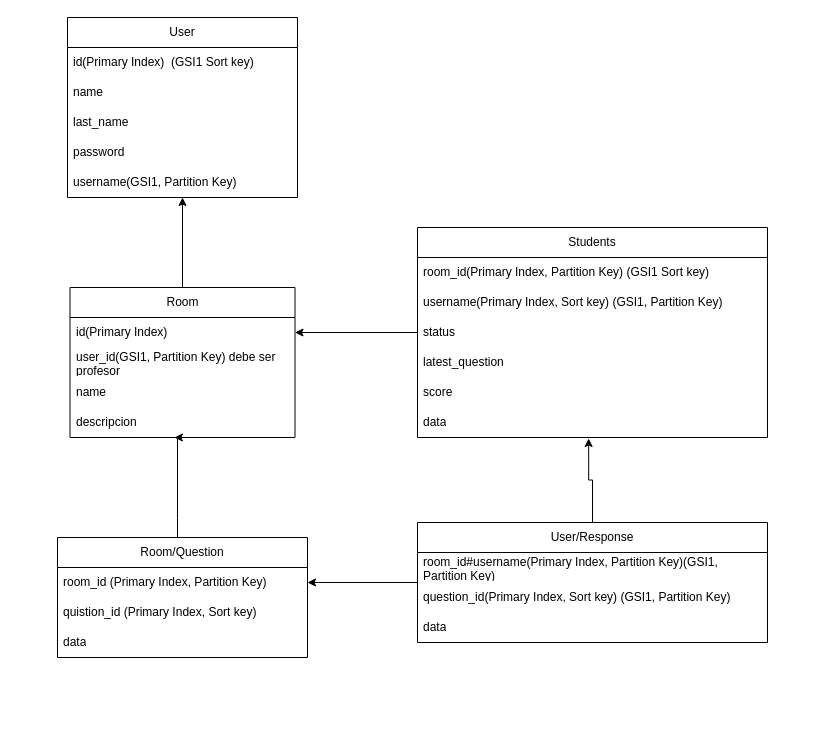
jhimyj/Aula360 keeps this draw.io diagram as page "Página-3" (4 of 5) of archivos_extras/ArquitecturaBack.drawio. Above is the earlier version. Source tidied: cells renumbered, new cells numbered last; positions are measured from the earlier drawing's top-left corner, leaving out a move shared by most shapes. Both pictures are drawn from the tidied source at 100%, with x=0, y=0 at pixel (57, 17).
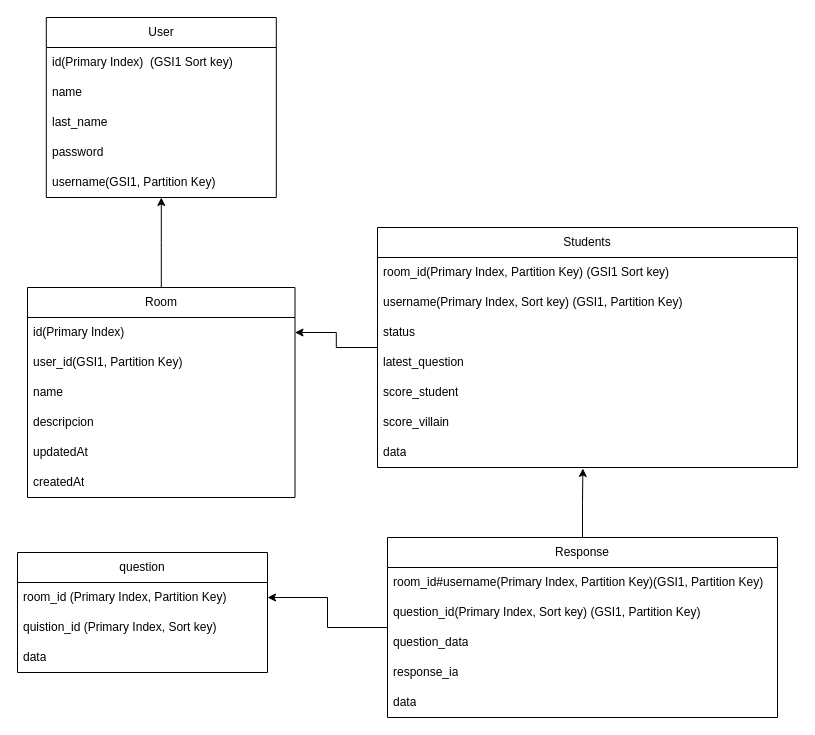
After the change.

Change to the diagram source:
```diff
@@
     <mxCell id="2" value="User" style="swimlane;fontStyle=0;horizontal=1;startSize=30;whiteSpace=wrap;html=1;" parent="1" vertex="1">
-      <mxGeometry x="10" width="230" height="180" as="geometry" />
+      <mxGeometry x="-11.2" width="230" height="180" as="geometry" />
     </mxCell>
@@
     <mxCell id="8" value="Room" style="swimlane;fontStyle=0;horizontal=1;startSize=30;whiteSpace=wrap;html=1;" parent="1" vertex="1">
-      <mxGeometry x="12.5" y="270" width="225" height="150" as="geometry" />
+      <mxGeometry x="-30" y="270" width="267.5" height="210" as="geometry" />
     </mxCell>
     <mxCell id="9" value="id(Primary Index)&amp;nbsp;" style="text;strokeColor=none;fillColor=none;align=left;verticalAlign=middle;spacingLeft=4;spacingRight=4;overflow=hidden;points=[[0,0.5],[1,0.5]];portConstraint=eastwest;whiteSpace=wrap;html=1;" parent="8" vertex="1">
-      <mxGeometry y="30" width="225" height="30" as="geometry" />
+      <mxGeometry y="30" width="267.5" height="30" as="geometry" />
     </mxCell>
-    <mxCell id="10" value="user_id(GSI1, Partition Key) debe ser profesor" style="text;strokeColor=none;fillColor=none;align=left;verticalAlign=middle;spacingLeft=4;spacingRight=4;overflow=hidden;whiteSpace=wrap;html=1;" parent="8" vertex="1">
-      <mxGeometry y="60" width="225" height="30" as="geometry" />
+    <mxCell id="10" value="user_id(GSI1, Partition Key)&amp;nbsp;" style="text;strokeColor=none;fillColor=none;align=left;verticalAlign=middle;spacingLeft=4;spacingRight=4;overflow=hidden;whiteSpace=wrap;html=1;" parent="8" vertex="1">
+      <mxGeometry y="60" width="267.5" height="30" as="geometry" />
     </mxCell>
     <mxCell id="11" value="name" style="text;strokeColor=none;fillColor=none;align=left;verticalAlign=middle;spacingLeft=4;spacingRight=4;overflow=hidden;whiteSpace=wrap;html=1;" parent="8" vertex="1">
-      <mxGeometry y="90" width="225" height="30" as="geometry" />
+      <mxGeometry y="90" width="267.5" height="30" as="geometry" />
     </mxCell>
     <mxCell id="12" value="descripcion" style="text;strokeColor=none;fillColor=none;align=left;verticalAlign=middle;spacingLeft=4;spacingRight=4;overflow=hidden;points=[[0,0.5],[1,0.5]];portConstraint=eastwest;whiteSpace=wrap;html=1;" parent="8" vertex="1">
-      <mxGeometry y="120" width="225" height="30" as="geometry" />
+      <mxGeometry y="120" width="267.5" height="30" as="geometry" />
     </mxCell>
+    <mxCell id="33" value="updatedAt" style="text;strokeColor=none;fillColor=none;align=left;verticalAlign=middle;spacingLeft=4;spacingRight=4;overflow=hidden;whiteSpace=wrap;html=1;" parent="8" vertex="1">
+      <mxGeometry y="150" width="267.5" height="30" as="geometry" />
+    </mxCell>
+    <mxCell id="34" value="createdAt" style="text;strokeColor=none;fillColor=none;align=left;verticalAlign=middle;spacingLeft=4;spacingRight=4;overflow=hidden;whiteSpace=wrap;html=1;" parent="8" vertex="1">
+      <mxGeometry y="180" width="267.5" height="30" as="geometry" />
+    </mxCell>
-    <mxCell id="13" value="Room/Question" style="swimlane;fontStyle=0;horizontal=1;startSize=30;whiteSpace=wrap;html=1;" parent="1" vertex="1">
-      <mxGeometry y="520" width="250" height="120" as="geometry" />
+    <mxCell id="13" value="question" style="swimlane;fontStyle=0;horizontal=1;startSize=30;whiteSpace=wrap;html=1;" parent="1" vertex="1">
+      <mxGeometry x="-40" y="535" width="250" height="120" as="geometry" />
     </mxCell>
@@
-    <mxCell id="18" value="User/Response" style="swimlane;fontStyle=0;horizontal=1;startSize=30;whiteSpace=wrap;html=1;" parent="1" vertex="1">
-      <mxGeometry x="360" y="505" width="350" height="120" as="geometry" />
+    <mxCell id="18" value="Response" style="swimlane;fontStyle=0;horizontal=1;startSize=30;whiteSpace=wrap;html=1;" parent="1" vertex="1">
+      <mxGeometry x="330" y="520" width="390" height="180" as="geometry" />
     </mxCell>
     <mxCell id="19" value="room_id#username(Primary Index, Partition Key)(GSI1, Partition Key)" style="text;strokeColor=none;fillColor=none;align=left;verticalAlign=middle;spacingLeft=4;spacingRight=4;overflow=hidden;whiteSpace=wrap;html=1;" parent="18" vertex="1">
-      <mxGeometry y="30" width="350" height="30" as="geometry" />
+      <mxGeometry y="30" width="390" height="30" as="geometry" />
     </mxCell>
     <mxCell id="20" value="question_id(Primary Index, Sort key) (GSI1, Partition Key)" style="text;strokeColor=none;fillColor=none;align=left;verticalAlign=middle;spacingLeft=4;spacingRight=4;overflow=hidden;whiteSpace=wrap;html=1;" parent="18" vertex="1">
-      <mxGeometry y="60" width="350" height="30" as="geometry" />
+      <mxGeometry y="60" width="390" height="30" as="geometry" />
     </mxCell>
-    <mxCell id="21" value="data" style="text;strokeColor=none;fillColor=none;align=left;verticalAlign=middle;spacingLeft=4;spacingRight=4;overflow=hidden;whiteSpace=wrap;html=1;" parent="18" vertex="1">
-      <mxGeometry y="90" width="350" height="30" as="geometry" />
+    <mxCell id="21" value="question_data" style="text;strokeColor=none;fillColor=none;align=left;verticalAlign=middle;spacingLeft=4;spacingRight=4;overflow=hidden;whiteSpace=wrap;html=1;" parent="18" vertex="1">
+      <mxGeometry y="90" width="390" height="30" as="geometry" />
     </mxCell>
+    <mxCell id="35" value="response_ia" style="text;strokeColor=none;fillColor=none;align=left;verticalAlign=middle;spacingLeft=4;spacingRight=4;overflow=hidden;whiteSpace=wrap;html=1;" parent="18" vertex="1">
+      <mxGeometry y="120" width="390" height="30" as="geometry" />
+    </mxCell>
+    <mxCell id="36" value="data" style="text;strokeColor=none;fillColor=none;align=left;verticalAlign=middle;spacingLeft=4;spacingRight=4;overflow=hidden;whiteSpace=wrap;html=1;" parent="18" vertex="1">
+      <mxGeometry y="150" width="390" height="30" as="geometry" />
+    </mxCell>
@@
     <mxCell id="24" value="Students" style="swimlane;fontStyle=0;horizontal=1;startSize=30;whiteSpace=wrap;html=1;" parent="1" vertex="1">
-      <mxGeometry x="360" y="210" width="350" height="210" as="geometry" />
+      <mxGeometry x="320" y="210" width="420" height="240" as="geometry" />
     </mxCell>
     <mxCell id="25" value="room_id(Primary Index, Partition Key) (GSI1 Sort key)" style="text;strokeColor=none;fillColor=none;align=left;verticalAlign=middle;spacingLeft=4;spacingRight=4;overflow=hidden;whiteSpace=wrap;html=1;" parent="24" vertex="1">
-      <mxGeometry y="30" width="350" height="30" as="geometry" />
+      <mxGeometry y="30" width="420" height="30" as="geometry" />
     </mxCell>
     <mxCell id="26" value="username(Primary Index, Sort key) (GSI1, Partition Key)" style="text;strokeColor=none;fillColor=none;align=left;verticalAlign=middle;spacingLeft=4;spacingRight=4;overflow=hidden;whiteSpace=wrap;html=1;" parent="24" vertex="1">
-      <mxGeometry y="60" width="350" height="30" as="geometry" />
+      <mxGeometry y="60" width="420" height="30" as="geometry" />
     </mxCell>
     <mxCell id="27" value="status" style="text;strokeColor=none;fillColor=none;align=left;verticalAlign=middle;spacingLeft=4;spacingRight=4;overflow=hidden;whiteSpace=wrap;html=1;" parent="24" vertex="1">
-      <mxGeometry y="90" width="350" height="30" as="geometry" />
+      <mxGeometry y="90" width="420" height="30" as="geometry" />
     </mxCell>
     <mxCell id="28" value="latest_question" style="text;strokeColor=none;fillColor=none;align=left;verticalAlign=middle;spacingLeft=4;spacingRight=4;overflow=hidden;whiteSpace=wrap;html=1;" parent="24" vertex="1">
-      <mxGeometry y="120" width="350" height="30" as="geometry" />
+      <mxGeometry y="120" width="420" height="30" as="geometry" />
     </mxCell>
-    <mxCell id="29" value="score" style="text;strokeColor=none;fillColor=none;align=left;verticalAlign=middle;spacingLeft=4;spacingRight=4;overflow=hidden;whiteSpace=wrap;html=1;" parent="24" vertex="1">
-      <mxGeometry y="150" width="350" height="30" as="geometry" />
+    <mxCell id="29" value="score_student" style="text;strokeColor=none;fillColor=none;align=left;verticalAlign=middle;spacingLeft=4;spacingRight=4;overflow=hidden;whiteSpace=wrap;html=1;" parent="24" vertex="1">
+      <mxGeometry y="150" width="420" height="30" as="geometry" />
     </mxCell>
+    <mxCell id="37" value="score_villain" style="text;strokeColor=none;fillColor=none;align=left;verticalAlign=middle;spacingLeft=4;spacingRight=4;overflow=hidden;whiteSpace=wrap;html=1;" parent="24" vertex="1">
+      <mxGeometry y="180" width="420" height="30" as="geometry" />
+    </mxCell>
     <mxCell id="30" value="data" style="text;strokeColor=none;fillColor=none;align=left;verticalAlign=middle;spacingLeft=4;spacingRight=4;overflow=hidden;points=[[0,0.5],[1,0.5]];portConstraint=eastwest;whiteSpace=wrap;html=1;" parent="24" vertex="1">
-      <mxGeometry y="180" width="350" height="30" as="geometry" />
+      <mxGeometry y="210" width="420" height="30" as="geometry" />
     </mxCell>
-    <mxCell id="31" style="edgeStyle=orthogonalEdgeStyle;rounded=0;jettySize=auto;html=1;entryX=0.464;entryY=1;entryDx=0;entryDy=0;entryPerimeter=0;" parent="1" edge="1" source="13" target="12">
-      <mxGeometry relative="1" as="geometry">
-        <Array as="points">
-          <mxPoint x="120" y="500" />
-          <mxPoint x="120" y="500" />
-        </Array>
-      </mxGeometry>
-    </mxCell>
```
